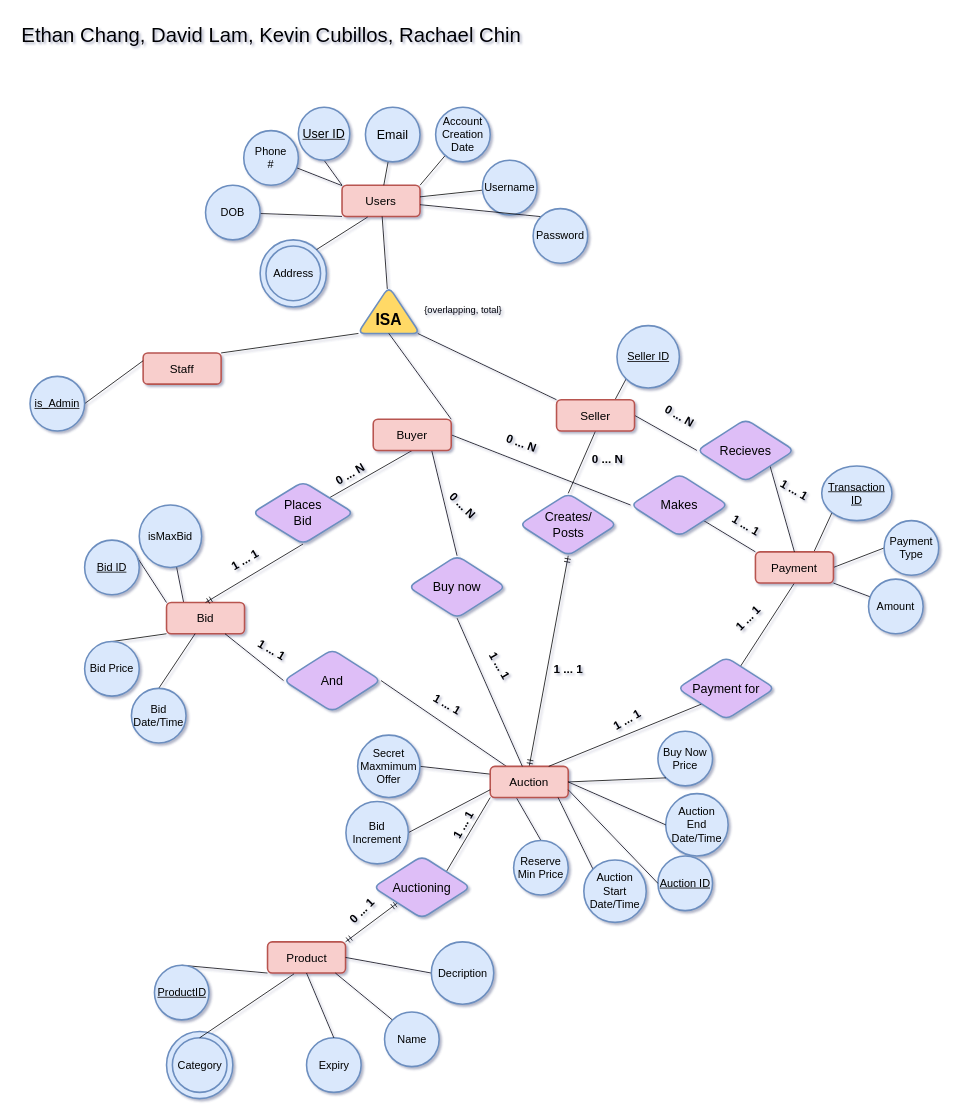
Earlier version of the draw.io diagram page "Ebay" (1 of 3) of ERdiagram.drawio (EthanDamien/DataManagementProject). Source tidied: cells renumbered, new cells numbered last; positions are measured from the earlier drawing's top-left corner, leaving out a move shared by most shapes. Both pictures are drawn from the tidied source at 78%, with x=0, y=0 at pixel (13, 13).
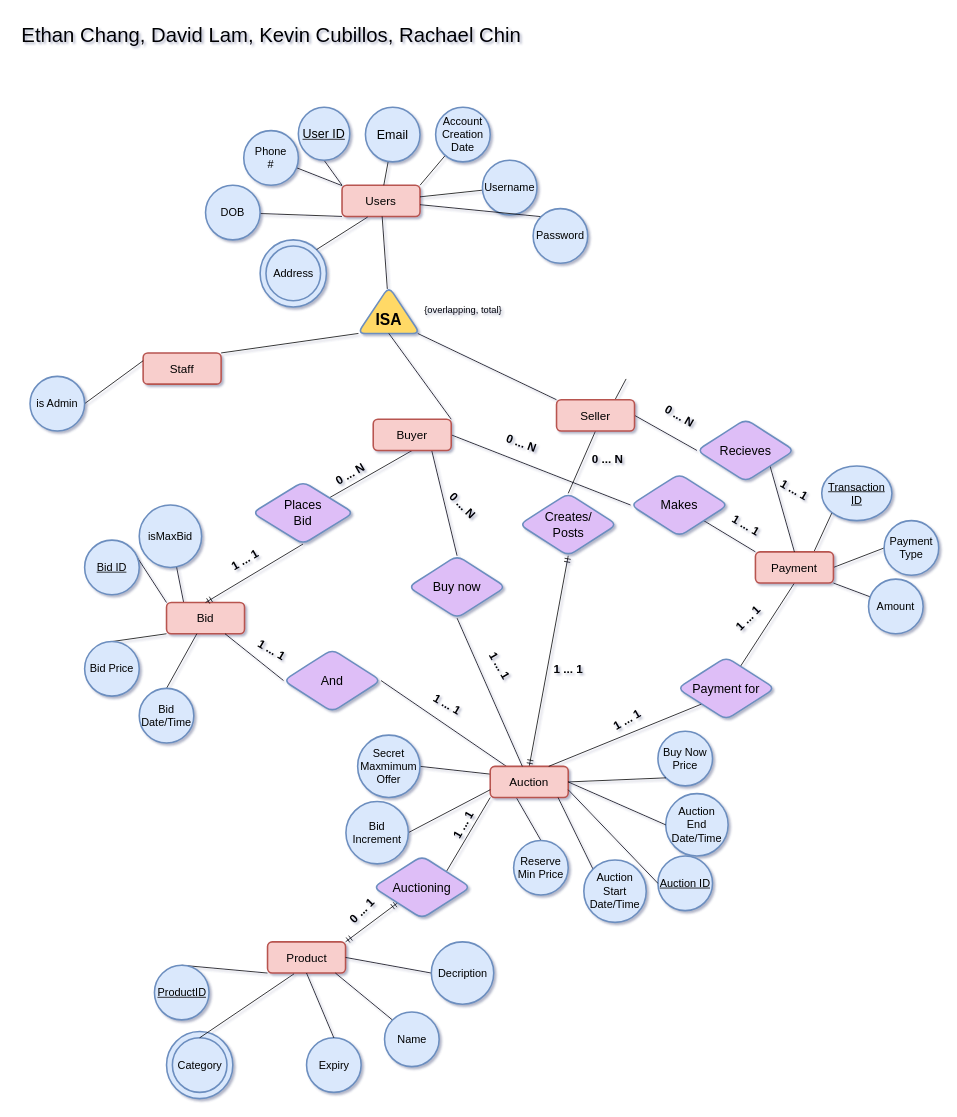
The same diagram, later.

The change refers to these unchanged cells:
```xml
<mxCell id="26" value="Seller" style="strokeWidth=2;whiteSpace=wrap;html=1;align=center;fontSize=15;fontFamily=Helvetica;strokeColor=#b85450;fillColor=#f8cecc;fontStyle=0;rounded=1;" parent="1" vertex="1">
  <mxGeometry x="696" y="495" width="100" height="40" as="geometry" />
</mxCell>
```

Diff of the diagram source:
```diff
@@
-    <mxCell id="24" style="edgeStyle=none;jettySize=auto;html=1;exitX=0.75;exitY=0;exitDx=0;exitDy=0;entryX=0;entryY=1;entryDx=0;entryDy=0;endArrow=none;endFill=0;" parent="1" edge="1" source="26" target="47">
-      <mxGeometry relative="1" as="geometry" />
+    <mxCell id="24" style="edgeStyle=none;jettySize=auto;html=1;exitX=0.75;exitY=0;exitDx=0;exitDy=0;entryX=0;entryY=1;entryDx=0;entryDy=0;endArrow=none;endFill=0;" parent="1" edge="1" source="26">
+      <mxGeometry relative="1" as="geometry">
+        <mxPoint x="785.2" y="468.3" as="targetPoint" />
+      </mxGeometry>
     </mxCell>
@@
     <mxCell id="36" value="&lt;font style=&quot;font-size: 14px&quot;&gt;Bid&lt;br&gt;Date/Time&lt;br&gt;&lt;/font&gt;" style="ellipse;whiteSpace=wrap;html=1;strokeColor=#6c8ebf;fillColor=#dae8fc;fontSize=10;strokeWidth=2;rounded=1;" parent="1" vertex="1">
-      <mxGeometry x="151" y="865" width="70" height="70" as="geometry" />
+      <mxGeometry x="161" y="865" width="70" height="70" as="geometry" />
     </mxCell>
@@
-    <mxCell id="46" value="&lt;font style=&quot;font-size: 14px&quot;&gt;&lt;u&gt;is_Admin&lt;/u&gt;&lt;/font&gt;" style="ellipse;whiteSpace=wrap;html=1;strokeColor=#6c8ebf;fillColor=#dae8fc;fontSize=10;strokeWidth=2;rounded=1;" parent="1" vertex="1">
+    <mxCell id="46" value="&lt;font style=&quot;font-size: 14px&quot;&gt;is Admin&lt;/font&gt;" style="ellipse;whiteSpace=wrap;html=1;strokeColor=#6c8ebf;fillColor=#dae8fc;fontSize=10;strokeWidth=2;rounded=1;" parent="1" vertex="1">
       <mxGeometry x="21" y="465" width="70" height="70" as="geometry" />
     </mxCell>
-    <mxCell id="47" value="&lt;span style=&quot;font-size: 14px&quot;&gt;&lt;u&gt;Seller ID&lt;/u&gt;&lt;br&gt;&lt;/span&gt;" style="ellipse;whiteSpace=wrap;html=1;strokeColor=#6c8ebf;fillColor=#dae8fc;fontSize=10;strokeWidth=2;rounded=1;" parent="1" vertex="1">
-      <mxGeometry x="773.5" y="400" width="80" height="80" as="geometry" />
-    </mxCell>
```
